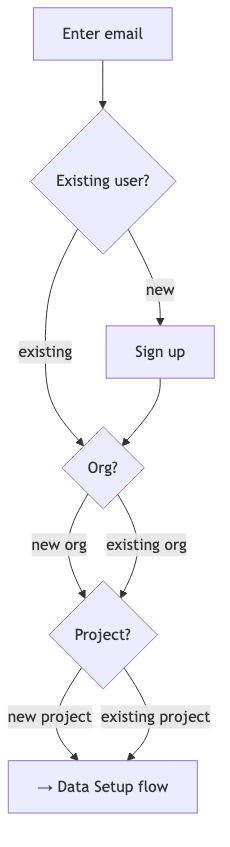
This is docs/diagrams/susi-flow.png from amplitude/wizard, a Mermaid export, as it was before one commit. Its source is kept beside it as docs/diagrams/susi-flow.mmd.
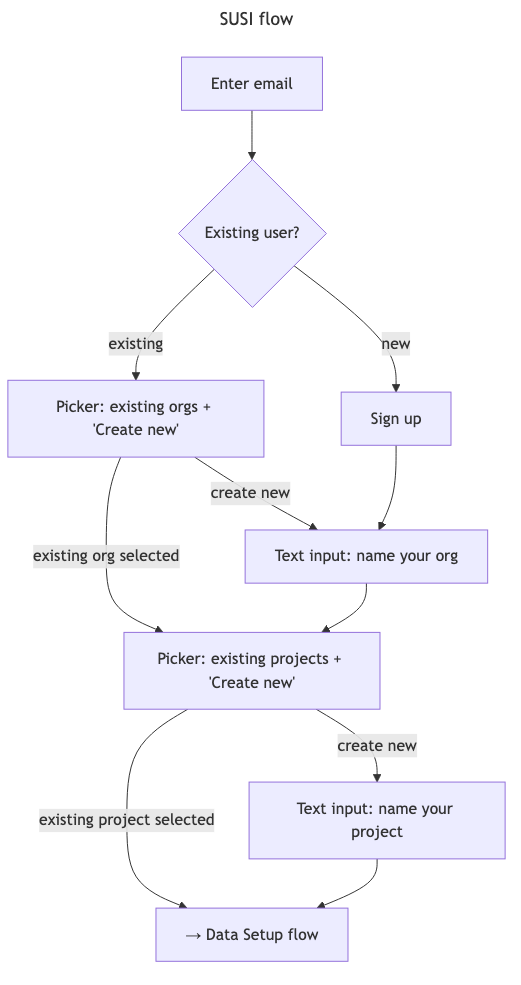
Above is the later version.

Change to the diagram source:
```diff
@@ -1,8 +1,14 @@
+---
+title: SUSI flow
+---
 flowchart TD
     EMAIL["Enter email"] --> USER_TYPE{Existing user?}
-    USER_TYPE -->|existing| ORG{Org?}
-    USER_TYPE -->|new| SIGNUP["Sign up"] --> ORG
-    ORG -->|new org| PROJECT{Project?}
-    ORG -->|existing org| PROJECT
-    PROJECT -->|new project| DONE["→ Data Setup flow"]
-    PROJECT -->|existing project| DONE
+    USER_TYPE -->|existing| ORG_PICKER["Picker: existing orgs + 'Create new'"]
+    USER_TYPE -->|new| SIGNUP["Sign up"] --> ORG_NAME["Text input: name your org"]
+
+    ORG_PICKER -->|existing org selected| PROJ_PICKER
+    ORG_PICKER -->|create new| ORG_NAME --> PROJ_PICKER
+
+    PROJ_PICKER["Picker: existing projects + 'Create new'"]
+    PROJ_PICKER -->|existing project selected| DONE["→ Data Setup flow"]
+    PROJ_PICKER -->|create new| PROJ_NAME["Text input: name your project"] --> DONE
```
